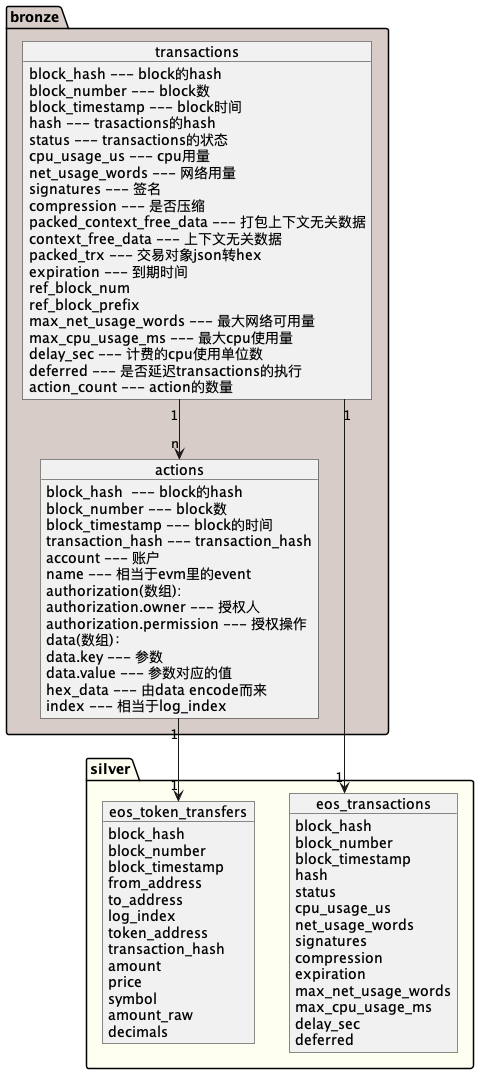
Above: dataflow/out/chain/eos/eos.png in footprintanalytics/data-design (PlantUML), before the change. The source it was exported from:
```plantuml
@startuml
!define LIGHTBLUE

skinparam linetype polyline
skinparam linetype ortho

package bronze #D7CCC8 {
    object transactions{
        block_hash --- block的hash
        block_number --- block数
        block_timestamp --- block时间
        hash --- trasactions的hash
        status --- transactions的状态
        cpu_usage_us --- cpu用量
        net_usage_words --- 网络用量
        signatures --- 签名
        compression --- 是否压缩
        packed_context_free_data --- 打包上下文无关数据
        context_free_data --- 上下文无关数据
        packed_trx --- 交易对象json转hex
        expiration --- 到期时间
        ref_block_num
        ref_block_prefix
        max_net_usage_words --- 最大网络可用量
        max_cpu_usage_ms --- 最大cpu使用量
        delay_sec --- 计费的cpu使用单位数
        deferred --- 是否延迟transactions的执行
        action_count --- action的数量
    }

    object actions {
        block_hash  --- block的hash
        block_number --- block数
        block_timestamp --- block的时间
        transaction_hash --- transaction_hash
        account --- 账户
        name --- 相当于evm里的event
        authorization(数组):
        authorization.owner --- 授权人
        authorization.permission --- 授权操作
        data(数组)：
        data.key --- 参数
        data.value --- 参数对应的值
        hex_data --- 由data encode而来
        index --- 相当于log_index
    }
}

package silver #fffff1{
    object eos_token_transfers {
        block_hash
        block_number
        block_timestamp
        from_address
        to_address
        log_index
        token_address
        transaction_hash
        amount
        price
        symbol
        amount_raw
        decimals
    }

    object eos_transactions {
        block_hash
        block_number
        block_timestamp
        hash
        status
        cpu_usage_us
        net_usage_words
        signatures
        compression
        expiration
        max_net_usage_words
        max_cpu_usage_ms
        delay_sec
        deferred
    }
}





transactions "1" --> "n" actions
transactions "1" --> "1" eos_transactions
actions "1" --> "1" eos_token_transfers
@enduml
```
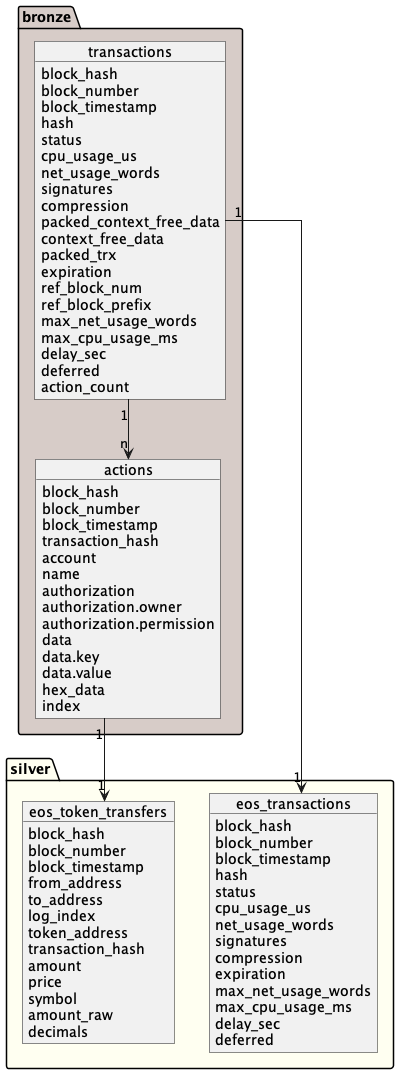
Above is the later version.

Commit message:
EOS schema changed

Diff of the diagram source:
```diff
@@ -6,43 +6,43 @@
 
 package bronze #D7CCC8 {
     object transactions{
-        block_hash --- block的hash
-        block_number --- block数
-        block_timestamp --- block时间
-        hash --- trasactions的hash
-        status --- transactions的状态
-        cpu_usage_us --- cpu用量
-        net_usage_words --- 网络用量
-        signatures --- 签名
-        compression --- 是否压缩
-        packed_context_free_data --- 打包上下文无关数据
-        context_free_data --- 上下文无关数据
-        packed_trx --- 交易对象json转hex
-        expiration --- 到期时间
+        block_hash
+        block_number
+        block_timestamp
+        hash
+        status
+        cpu_usage_us
+        net_usage_words
+        signatures
+        compression
+        packed_context_free_data
+        context_free_data
+        packed_trx
+        expiration
         ref_block_num
         ref_block_prefix
-        max_net_usage_words --- 最大网络可用量
-        max_cpu_usage_ms --- 最大cpu使用量
-        delay_sec --- 计费的cpu使用单位数
-        deferred --- 是否延迟transactions的执行
-        action_count --- action的数量
+        max_net_usage_words
+        max_cpu_usage_ms
+        delay_sec
+        deferred
+        action_count
     }
 
     object actions {
-        block_hash  --- block的hash
-        block_number --- block数
-        block_timestamp --- block的时间
-        transaction_hash --- transaction_hash
-        account --- 账户
-        name --- 相当于evm里的event
-        authorization(数组):
-        authorization.owner --- 授权人
-        authorization.permission --- 授权操作
-        data(数组)：
-        data.key --- 参数
-        data.value --- 参数对应的值
-        hex_data --- 由data encode而来
-        index --- 相当于log_index
+        block_hash
+        block_number
+        block_timestamp
+        transaction_hash
+        account
+        name
+        authorization
+        authorization.owner
+        authorization.permission
+        data
+        data.key
+        data.value
+        hex_data
+        index
     }
 }
 
```
